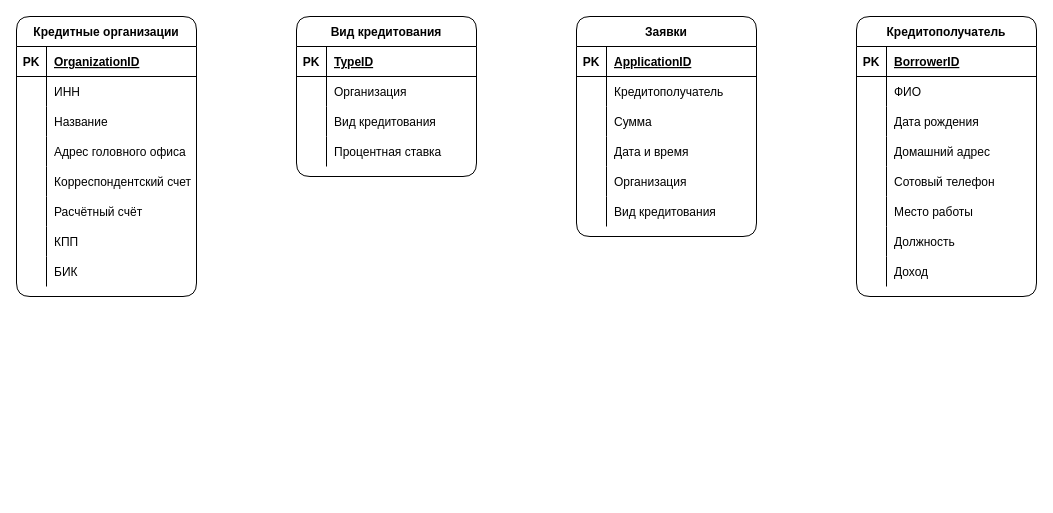
The draw.io diagram Diagrams/Entity relationship.drawio in sothug/Loan-applications, before the edit. Source tidied: cells renumbered, new cells numbered last; positions are measured from the earlier drawing's top-left corner, leaving out a move shared by most shapes. Both pictures are drawn from the tidied source at 100%, with x=0, y=0 at pixel (16, 16).
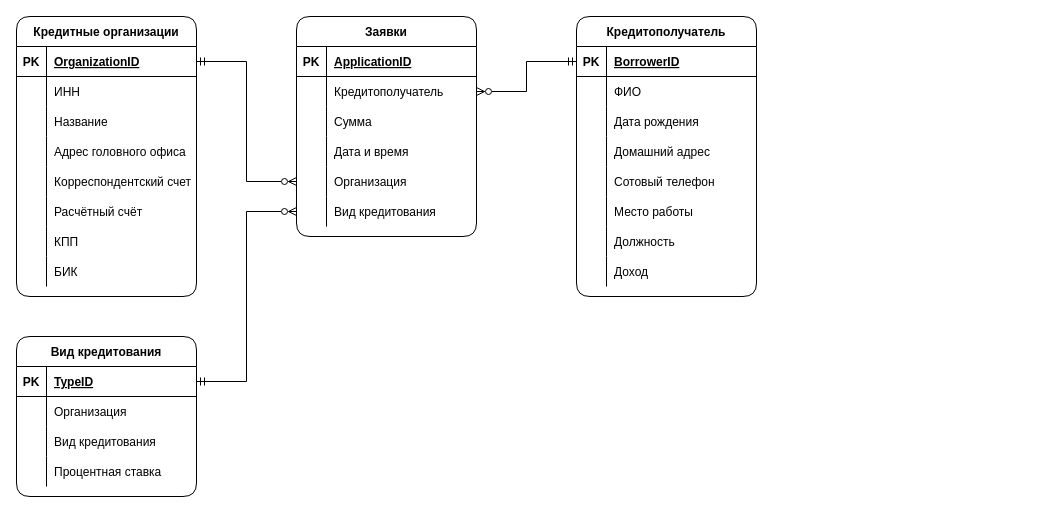
Above is the later version.

Unchanged cells that the change refers to:
```xml
<mxCell id="3" style="shape=partialRectangle;fillColor=none;top=0;left=0;bottom=1;right=0;points=[[0,0.5],[1,0.5]];portConstraint=eastwest;" parent="2" vertex="1">
  <mxGeometry y="30" width="180" height="30" as="geometry" />
</mxCell>
<mxCell id="28" style="shape=partialRectangle;fillColor=none;top=0;left=0;bottom=1;right=0;points=[[0,0.5],[1,0.5]];portConstraint=eastwest;rounded=1;" parent="27" vertex="1">
  <mxGeometry y="30" width="180" height="30" as="geometry" />
</mxCell>
<mxCell id="41" style="shape=partialRectangle;fillColor=none;top=0;left=0;bottom=1;right=0;points=[[0,0.5],[1,0.5]];portConstraint=eastwest;rounded=1;" parent="40" vertex="1">
  <mxGeometry y="30" width="180" height="30" as="geometry" />
</mxCell>
<mxCell id="69" style="shape=partialRectangle;fillColor=none;top=0;left=0;bottom=0;right=0;points=[[0,0.5],[1,0.5]];portConstraint=eastwest;rounded=1;" parent="65" vertex="1">
  <mxGeometry y="60" width="180" height="30" as="geometry" />
</mxCell>
<mxCell id="78" style="shape=partialRectangle;fillColor=none;top=0;left=0;bottom=0;right=0;points=[[0,0.5],[1,0.5]];portConstraint=eastwest;rounded=1;" parent="65" vertex="1">
  <mxGeometry y="150" width="180" height="30" as="geometry" />
</mxCell>
<mxCell id="81" style="shape=partialRectangle;fillColor=none;top=0;left=0;bottom=0;right=0;points=[[0,0.5],[1,0.5]];portConstraint=eastwest;rounded=1;" parent="65" vertex="1">
  <mxGeometry y="180" width="180" height="30" as="geometry" />
</mxCell>
```

Change to the diagram source:
```diff
@@
     <mxCell id="27" value="Вид кредитования" style="shape=table;startSize=30;childLayout=tableLayout;rowLines=0;fontStyle=1;align=center;rounded=1;" parent="1" vertex="1">
-      <mxGeometry x="280" width="180" height="160" as="geometry" />
+      <mxGeometry y="320" width="180" height="160" as="geometry" />
     </mxCell>
@@
     <mxCell id="40" value="Кредитополучатель" style="shape=table;startSize=30;childLayout=tableLayout;rowLines=0;fontStyle=1;align=center;rounded=1;" parent="1" vertex="1">
-      <mxGeometry x="840" width="180" height="280" as="geometry" />
+      <mxGeometry x="560" width="180" height="280" as="geometry" />
     </mxCell>
@@
     <mxCell id="65" value="Заявки" style="shape=table;startSize=30;childLayout=tableLayout;rowLines=0;fontStyle=1;align=center;rounded=1;" parent="1" vertex="1">
-      <mxGeometry x="560" width="180" height="220" as="geometry" />
+      <mxGeometry x="280" width="180" height="220" as="geometry" />
     </mxCell>
@@
+    <mxCell id="84" style="edgeStyle=orthogonalEdgeStyle;rounded=0;jettySize=auto;html=1;exitX=0;exitY=0.5;exitDx=0;exitDy=0;endArrow=ERzeroToMany;endFill=0;startArrow=ERmandOne;startFill=0;" parent="1" edge="1" source="41" target="69">
+      <mxGeometry relative="1" as="geometry" />
+    </mxCell>
+    <mxCell id="85" style="edgeStyle=orthogonalEdgeStyle;rounded=0;jettySize=auto;html=1;startArrow=ERmandOne;startFill=0;endArrow=ERzeroToMany;endFill=0;" parent="1" edge="1" source="28" target="81">
+      <mxGeometry relative="1" as="geometry" />
+    </mxCell>
+    <mxCell id="86" style="edgeStyle=orthogonalEdgeStyle;rounded=0;jettySize=auto;html=1;exitX=1;exitY=0.5;exitDx=0;exitDy=0;startArrow=ERmandOne;startFill=0;endArrow=ERzeroToMany;endFill=0;" parent="1" edge="1" source="3" target="78">
+      <mxGeometry relative="1" as="geometry" />
+    </mxCell>
```
